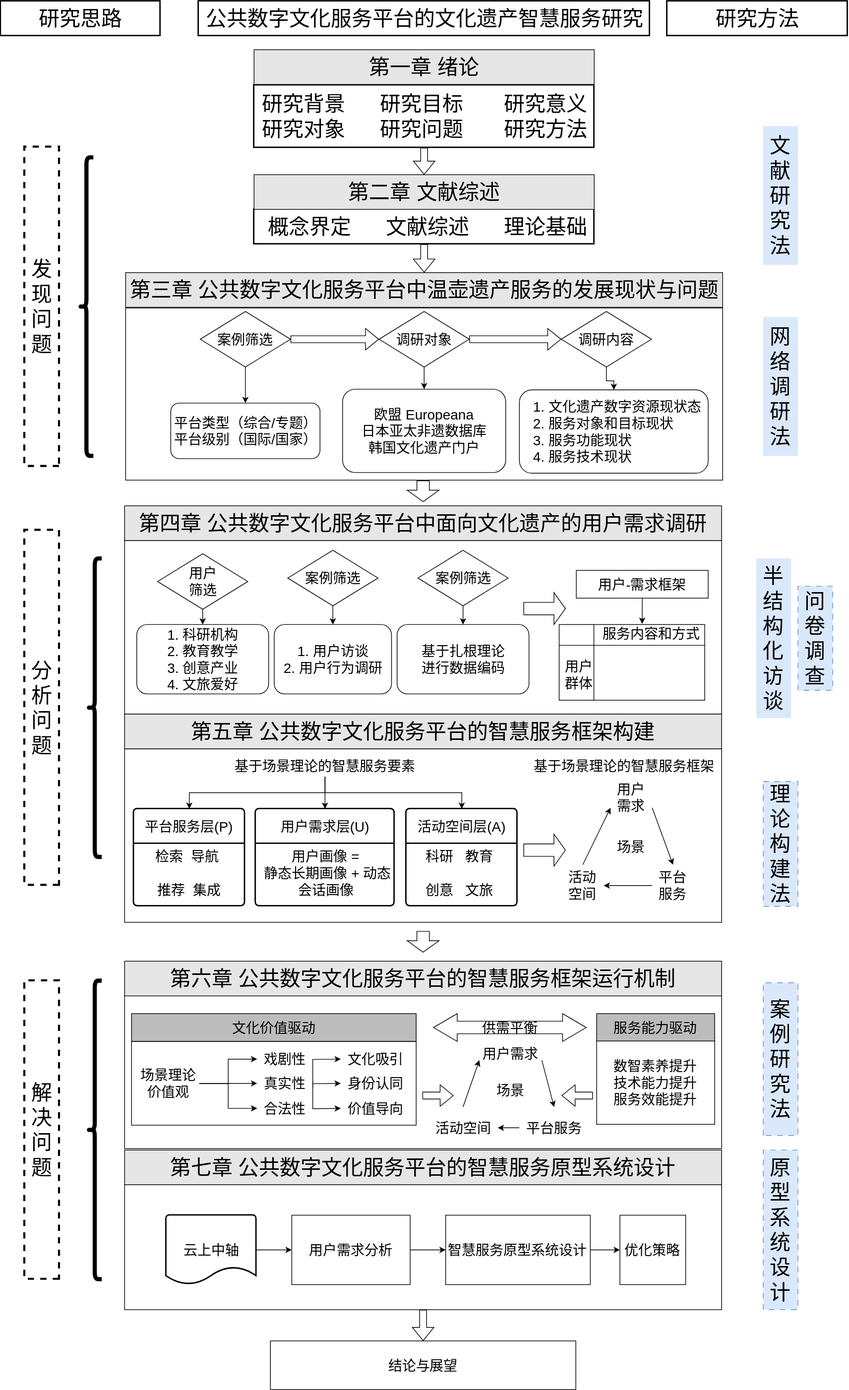
The draw.io diagram 开题结构图.drawio.svg in Utah-wu/draw.io, before a commit. Source tidied: cells renumbered, new cells last; positions are measured from the earlier drawing's top-left corner, leaving out a move shared by most shapes.
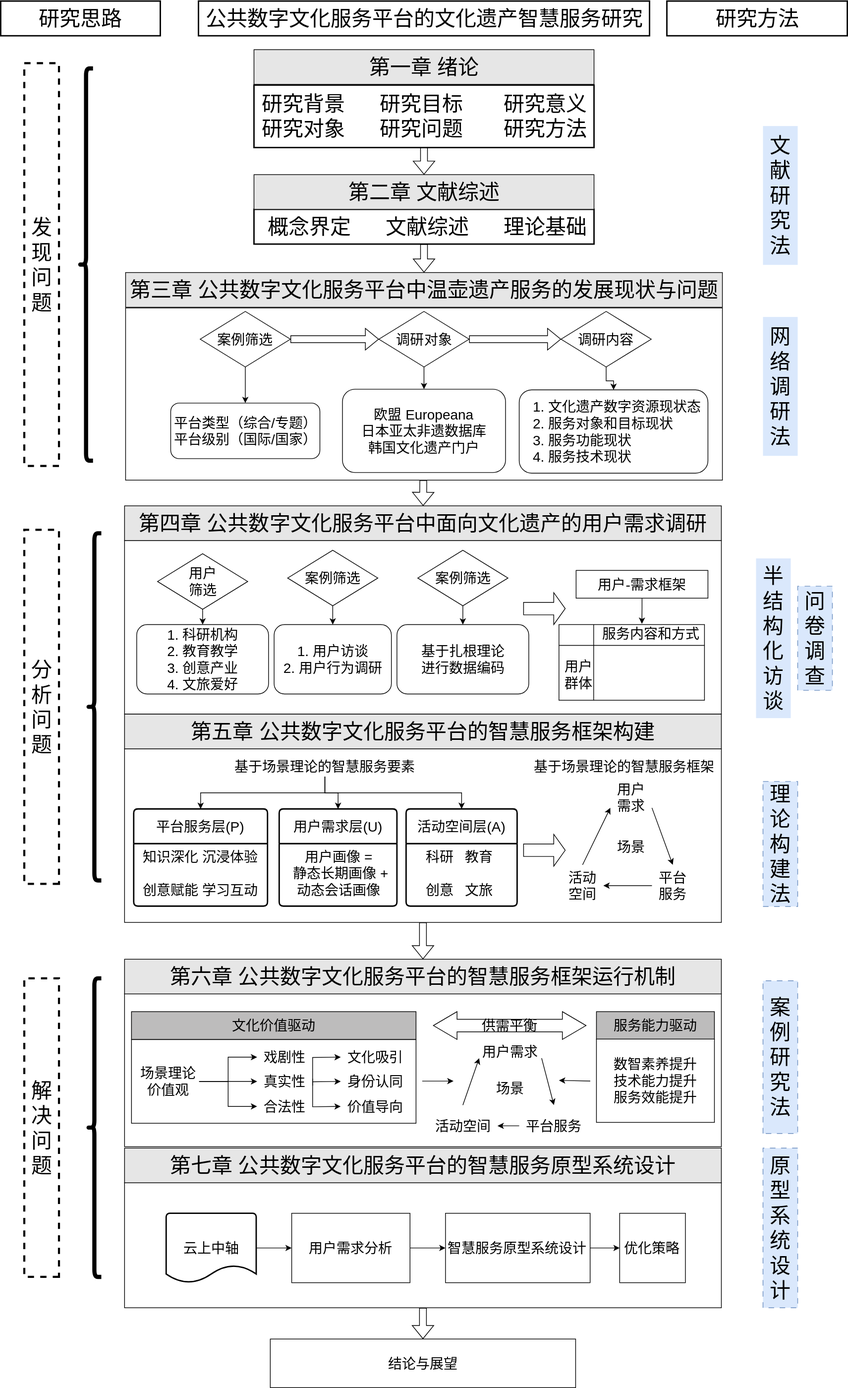
Later version of the same file.

Commit message:
更新开题结构图.drawio.svg

Diff of the diagram source:
```diff
@@ -5,4 +5,7 @@
     <mxCell id="2" style="rounded=0;whiteSpace=wrap;html=1;" parent="1" vertex="1">
-      <mxGeometry x="178" y="1432.8" width="860" height="220.2" as="geometry" />
+      <mxGeometry x="178" y="1429.8" width="860" height="220.2" as="geometry" />
     </mxCell>
+    <mxCell id="120" style="edgeStyle=none;curved=1;rounded=0;jettySize=auto;html=1;fontSize=12;entryX=0.5;entryY=0;entryDx=0;entryDy=0;shape=flexArrow;" parent="1" edge="1" source="3" target="88">
+      <mxGeometry relative="1" as="geometry" />
+    </mxCell>
     <mxCell id="3" style="rounded=0;whiteSpace=wrap;html=1;" parent="1" vertex="1">
@@ -16,2 +19,5 @@
     </mxCell>
+    <mxCell id="121" style="edgeStyle=none;curved=1;rounded=0;jettySize=auto;html=1;fontSize=12;shape=flexArrow;" parent="1" edge="1" source="6" target="101">
+      <mxGeometry relative="1" as="geometry" />
+    </mxCell>
     <mxCell id="6" style="rounded=0;whiteSpace=wrap;html=1;" parent="1" vertex="1">
@@ -29,9 +35,9 @@
     <mxCell id="10" value="发现问题" style="rounded=0;whiteSpace=wrap;html=1;labelBorderColor=none;fontSize=30;labelPosition=center;verticalLabelPosition=middle;align=center;verticalAlign=middle;horizontal=1;spacing=2;spacingBottom=0;direction=west;flipV=0;dashed=1;strokeWidth=3;" parent="1" vertex="1">
-      <mxGeometry x="34" y="210" width="50" height="460" as="geometry" />
+      <mxGeometry x="34" y="90" width="50" height="580" as="geometry" />
     </mxCell>
     <mxCell id="11" value="解决问题" style="rounded=0;whiteSpace=wrap;html=1;labelBorderColor=none;fontSize=30;labelPosition=center;verticalLabelPosition=middle;align=center;verticalAlign=middle;horizontal=1;spacing=2;spacingBottom=0;direction=west;flipV=0;dashed=1;strokeWidth=3;" parent="1" vertex="1">
-      <mxGeometry x="34" y="1411" width="50" height="430" as="geometry" />
+      <mxGeometry x="34" y="1408" width="50" height="430" as="geometry" />
     </mxCell>
     <mxCell id="12" value="分析问题" style="rounded=0;whiteSpace=wrap;html=1;labelBorderColor=none;fontSize=30;labelPosition=center;verticalLabelPosition=middle;align=center;verticalAlign=middle;horizontal=1;spacing=2;spacingBottom=0;direction=west;flipV=0;dashed=1;strokeWidth=3;" parent="1" vertex="1">
-      <mxGeometry x="34" y="762" width="50" height="511.5" as="geometry" />
+      <mxGeometry x="34" y="762" width="50" height="510" as="geometry" />
     </mxCell>
@@ -50,3 +56,3 @@
     <mxCell id="17" value="案例研究法" style="rounded=0;whiteSpace=wrap;html=1;labelBorderColor=none;fontSize=30;labelPosition=center;verticalLabelPosition=middle;align=center;verticalAlign=middle;horizontal=1;spacing=2;spacingBottom=0;direction=north;flipV=0;dashed=1;dashPattern=8 8;strokeColor=#6c8ebf;fillColor=#dae8fc;" parent="1" vertex="1">
-      <mxGeometry x="1098" y="1414" width="50" height="220" as="geometry" />
+      <mxGeometry x="1098" y="1411" width="50" height="220" as="geometry" />
     </mxCell>
@@ -56,3 +62,3 @@
     <mxCell id="19" value="原型系统设计" style="rounded=0;whiteSpace=wrap;html=1;labelBorderColor=none;fontSize=30;labelPosition=center;verticalLabelPosition=middle;align=center;verticalAlign=middle;horizontal=1;spacing=2;spacingBottom=0;direction=north;flipV=0;dashed=1;dashPattern=8 8;strokeColor=#6c8ebf;fillColor=#dae8fc;" parent="1" vertex="1">
-      <mxGeometry x="1098" y="1655" width="50" height="230" as="geometry" />
+      <mxGeometry x="1098" y="1652" width="50" height="230" as="geometry" />
     </mxCell>
@@ -142,12 +148,12 @@
     <mxCell id="46" value="平台服务层(P)" style="swimlane;horizontal=1;startSize=50;rounded=1;fontSize=20;fontStyle=0;strokeWidth=2;shadow=0;dashed=0;align=center;arcSize=4;whiteSpace=wrap;html=1;" parent="1" vertex="1">
-      <mxGeometry x="191.2" y="1163.5" width="160" height="140" as="geometry" />
+      <mxGeometry x="191.2" y="1163.5" width="192.8" height="140" as="geometry" />
     </mxCell>
-    <mxCell id="47" value="&lt;div style=&quot;&quot;&gt;&lt;span style=&quot;font-size: 20px; background-color: transparent; color: light-dark(rgb(0, 0, 0), rgb(255, 255, 255));&quot;&gt;检索&amp;nbsp; 导航&amp;nbsp;&lt;/span&gt;&lt;/div&gt;&lt;div style=&quot;&quot;&gt;&lt;span style=&quot;font-size: 20px; background-color: transparent; color: light-dark(rgb(0, 0, 0), rgb(255, 255, 255));&quot;&gt;&lt;br&gt;&lt;/span&gt;&lt;/div&gt;&lt;div style=&quot;&quot;&gt;&lt;font style=&quot;font-size: 20px;&quot;&gt;推荐&amp;nbsp; 集成&lt;/font&gt;&lt;/div&gt;" style="align=center;strokeColor=none;fillColor=none;spacingLeft=4;spacingRight=4;fontSize=12;verticalAlign=top;html=1;whiteSpace=wrap;" parent="46" vertex="1">
-      <mxGeometry y="50" width="160" height="90" as="geometry" />
+    <mxCell id="47" value="&lt;div style=&quot;&quot;&gt;&lt;span style=&quot;font-size: 20px;&quot;&gt;知识深化 沉浸体验&lt;/span&gt;&lt;/div&gt;&lt;div style=&quot;&quot;&gt;&lt;span style=&quot;font-size: 20px;&quot;&gt;&lt;br&gt;&lt;/span&gt;&lt;/div&gt;&lt;div style=&quot;&quot;&gt;&lt;span style=&quot;font-size: 20px;&quot;&gt;创意赋能 学习互动&lt;/span&gt;&lt;/div&gt;" style="align=center;strokeColor=none;fillColor=none;spacingLeft=4;spacingRight=4;fontSize=12;verticalAlign=top;html=1;whiteSpace=wrap;" parent="46" vertex="1">
+      <mxGeometry y="50" width="192.8" height="90" as="geometry" />
     </mxCell>
     <mxCell id="48" value="用户需求层(U)" style="swimlane;horizontal=1;startSize=50;rounded=1;fontSize=20;fontStyle=0;strokeWidth=2;shadow=0;dashed=0;align=center;arcSize=4;whiteSpace=wrap;html=1;" parent="1" vertex="1">
-      <mxGeometry x="366.7" y="1163.5" width="200" height="140" as="geometry" />
+      <mxGeometry x="400.8" y="1163.5" width="169.7" height="140" as="geometry" />
     </mxCell>
     <mxCell id="49" value="&lt;div style=&quot;text-align: center;&quot;&gt;&lt;span style=&quot;font-size: 20px; background-color: transparent; color: light-dark(rgb(0, 0, 0), rgb(255, 255, 255));&quot;&gt;用户画像 =&lt;/span&gt;&lt;/div&gt;&lt;div style=&quot;text-align: center;&quot;&gt;&lt;span style=&quot;background-color: transparent; color: light-dark(rgb(0, 0, 0), rgb(255, 255, 255)); font-size: 20px;&quot;&gt;&amp;nbsp;静态长期画像 + 动态会话画像&lt;/span&gt;&lt;/div&gt;&lt;div style=&quot;text-align: center;&quot;&gt;&lt;span style=&quot;font-size: 20px;&quot;&gt;&lt;br&gt;&lt;/span&gt;&lt;/div&gt;" style="align=left;strokeColor=none;fillColor=none;spacingLeft=4;spacingRight=4;fontSize=12;verticalAlign=top;html=1;whiteSpace=wrap;" parent="48" vertex="1">
-      <mxGeometry y="50" width="200" height="90" as="geometry" />
+      <mxGeometry y="50" width="169.7" height="90" as="geometry" />
     </mxCell>
@@ -160,3 +166,3 @@
     <mxCell id="52" value="&lt;div&gt;&lt;br&gt;&lt;/div&gt;" style="rounded=0;whiteSpace=wrap;html=1;fontSize=20;glass=0;" parent="1" vertex="1">
-      <mxGeometry x="188" y="1498.8" width="410" height="120.5" as="geometry" />
+      <mxGeometry x="188" y="1495.8" width="410" height="120.5" as="geometry" />
     </mxCell>
@@ -175,14 +181,14 @@
     <mxCell id="57" value="戏剧性" style="text;html=1;whiteSpace=wrap;strokeColor=none;fillColor=none;align=center;verticalAlign=middle;rounded=0;fontSize=20;" parent="1" vertex="1">
-      <mxGeometry x="369" y="1504" width="80" height="40" as="geometry" />
+      <mxGeometry x="369" y="1501" width="80" height="40" as="geometry" />
     </mxCell>
     <mxCell id="58" value="合法性" style="text;html=1;whiteSpace=wrap;strokeColor=none;fillColor=none;align=center;verticalAlign=middle;rounded=0;fontSize=20;" parent="1" vertex="1">
-      <mxGeometry x="369" y="1575" width="80" height="40" as="geometry" />
+      <mxGeometry x="369" y="1572" width="80" height="40" as="geometry" />
     </mxCell>
     <mxCell id="59" value="真实性" style="text;html=1;whiteSpace=wrap;strokeColor=none;fillColor=none;align=center;verticalAlign=middle;rounded=0;fontSize=20;" parent="1" vertex="1">
-      <mxGeometry x="369" y="1539" width="80" height="40" as="geometry" />
+      <mxGeometry x="369" y="1536" width="80" height="40" as="geometry" />
     </mxCell>
-    <mxCell id="60" style="edgeStyle=segmentEdgeStyle;endArrow=classic;html=1;curved=0;rounded=1;shape=flexArrow;" parent="1" edge="1">
+    <mxCell id="60" style="edgeStyle=segmentEdgeStyle;endArrow=classic;html=1;curved=0;rounded=1;" parent="1" edge="1">
       <mxGeometry relative="1" as="geometry">
-        <mxPoint x="606.9" y="1576.5" as="sourcePoint" />
-        <mxPoint x="652" y="1577.5" as="targetPoint" />
+        <mxPoint x="606.9" y="1555.5" as="sourcePoint" />
+        <mxPoint x="652" y="1556.5" as="targetPoint" />
       </mxGeometry>
@@ -190,9 +196,9 @@
     <mxCell id="61" value="文化吸引" style="text;html=1;whiteSpace=wrap;strokeColor=none;fillColor=none;align=center;verticalAlign=middle;rounded=0;fontSize=20;" parent="1" vertex="1">
-      <mxGeometry x="489.5" y="1504" width="100" height="40" as="geometry" />
+      <mxGeometry x="489.5" y="1501" width="100" height="40" as="geometry" />
     </mxCell>
     <mxCell id="62" value="价值导向" style="text;html=1;whiteSpace=wrap;strokeColor=none;fillColor=none;align=center;verticalAlign=middle;rounded=0;fontSize=20;" parent="1" vertex="1">
-      <mxGeometry x="489.5" y="1575" width="100" height="40" as="geometry" />
+      <mxGeometry x="489.5" y="1572" width="100" height="40" as="geometry" />
     </mxCell>
     <mxCell id="63" value="身份认同" style="text;html=1;whiteSpace=wrap;strokeColor=none;fillColor=none;align=center;verticalAlign=middle;rounded=0;fontSize=20;" parent="1" vertex="1">
-      <mxGeometry x="489.5" y="1539" width="100" height="40" as="geometry" />
+      <mxGeometry x="489.5" y="1536" width="100" height="40" as="geometry" />
     </mxCell>
@@ -200,5 +206,5 @@
       <mxGeometry relative="1" as="geometry">
-        <mxPoint x="449" y="1565" as="sourcePoint" />
+        <mxPoint x="449" y="1562" as="sourcePoint" />
         <Array as="points">
-          <mxPoint x="449" y="1524.5" />
+          <mxPoint x="449" y="1521.5" />
         </Array>
@@ -208,3 +214,3 @@
       <mxGeometry relative="1" as="geometry">
-        <mxPoint x="449" y="1559.5" as="sourcePoint" />
+        <mxPoint x="449" y="1556.5" as="sourcePoint" />
       </mxGeometry>
@@ -213,5 +219,5 @@
       <mxGeometry relative="1" as="geometry">
-        <mxPoint x="449" y="1555" as="sourcePoint" />
+        <mxPoint x="449" y="1552" as="sourcePoint" />
         <Array as="points">
-          <mxPoint x="449" y="1595.5" />
+          <mxPoint x="449" y="1592.5" />
         </Array>
@@ -231,5 +237,2 @@
     </mxCell>
-    <mxCell id="71" style="html=1;shadow=0;dashed=0;align=center;verticalAlign=middle;shape=mxgraph.arrows2.arrow;dy=0.61;dx=16.5;notch=0;rotation=90;" parent="1" vertex="1">
-      <mxGeometry x="593" y="683" width="30" height="46" as="geometry" />
-    </mxCell>
     <mxCell id="72" style="html=1;shadow=0;dashed=0;align=center;verticalAlign=middle;shape=mxgraph.arrows2.arrow;dy=0.61;dx=16.5;notch=0;" parent="1" vertex="1">
@@ -262,3 +265,3 @@
     <mxCell id="81" value="场景理论价值观" style="text;html=1;whiteSpace=wrap;strokeColor=none;fillColor=none;align=center;verticalAlign=middle;rounded=0;fontSize=20;" parent="1" vertex="1">
-      <mxGeometry x="195.5" y="1539" width="90" height="40" as="geometry" />
+      <mxGeometry x="195.5" y="1536" width="90" height="40" as="geometry" />
     </mxCell>
@@ -271,13 +274,13 @@
     <mxCell id="84" value="文化价值驱动" style="rounded=0;whiteSpace=wrap;html=1;fontSize=20;fillColor=light-dark(#bdbcbc, #ededed);" parent="1" vertex="1">
-      <mxGeometry x="188" y="1458.5" width="410" height="40" as="geometry" />
+      <mxGeometry x="188" y="1455.5" width="410" height="40" as="geometry" />
     </mxCell>
     <mxCell id="85" value="服务能力驱动" style="rounded=0;whiteSpace=wrap;html=1;fontSize=20;fillColor=light-dark(#bdbcbc, #ededed);" parent="1" vertex="1">
-      <mxGeometry x="858" y="1458.5" width="170" height="40" as="geometry" />
+      <mxGeometry x="858" y="1455.5" width="170" height="40" as="geometry" />
     </mxCell>
-    <mxCell id="86" style="edgeStyle=segmentEdgeStyle;endArrow=classic;html=1;curved=0;rounded=1;shape=flexArrow;" parent="1" edge="1">
+    <mxCell id="86" style="edgeStyle=segmentEdgeStyle;endArrow=classic;html=1;curved=0;rounded=1;" parent="1" edge="1">
       <mxGeometry relative="1" as="geometry">
-        <mxPoint x="852.6" y="1576.5" as="sourcePoint" />
-        <mxPoint x="807.5" y="1575.5" as="targetPoint" />
+        <mxPoint x="849.1" y="1555.5" as="sourcePoint" />
+        <mxPoint x="804" y="1554.5" as="targetPoint" />
         <Array as="points">
-          <mxPoint x="852.5" y="1575.5" />
+          <mxPoint x="849" y="1554.5" />
         </Array>
@@ -286,9 +289,9 @@
     <mxCell id="87" value="数智素养提升&lt;div&gt;技术能力提升&lt;/div&gt;&lt;div&gt;服务效能提升&lt;/div&gt;" style="rounded=0;whiteSpace=wrap;html=1;fontSize=20;" parent="1" vertex="1">
-      <mxGeometry x="858" y="1498" width="170" height="120" as="geometry" />
+      <mxGeometry x="858" y="1495" width="170" height="120" as="geometry" />
     </mxCell>
     <mxCell id="88" value="&lt;span style=&quot;font-size: 30px;&quot;&gt;第六章&amp;nbsp;&lt;/span&gt;&lt;span style=&quot;font-size: 30px; text-wrap: nowrap;&quot;&gt;公共数字文化服务平台的智慧&lt;/span&gt;&lt;span style=&quot;font-size: 30px;&quot;&gt;服务框架运行机制&lt;/span&gt;" style="rounded=0;whiteSpace=wrap;html=1;fillColor=#E6E6E6;" parent="1" vertex="1">
-      <mxGeometry x="178" y="1383" width="860" height="50" as="geometry" />
+      <mxGeometry x="178" y="1380" width="860" height="50" as="geometry" />
     </mxCell>
     <mxCell id="89" value="供需平衡" style="html=1;shadow=0;dashed=0;align=center;verticalAlign=middle;shape=mxgraph.arrows2.twoWayArrow;dy=0.55;dx=34.11;fontSize=20;" parent="1" vertex="1">
-      <mxGeometry x="623" y="1458.5" width="220" height="40" as="geometry" />
+      <mxGeometry x="623" y="1455.5" width="220" height="40" as="geometry" />
     </mxCell>
@@ -298,6 +301,6 @@
     <mxCell id="91" style="rounded=0;whiteSpace=wrap;html=1;" parent="1" vertex="1">
-      <mxGeometry x="178" y="1704.8" width="860" height="180.2" as="geometry" />
+      <mxGeometry x="178" y="1701.8" width="860" height="180.2" as="geometry" />
     </mxCell>
     <mxCell id="92" value="&lt;span style=&quot;font-size: 30px;&quot;&gt;第七章&amp;nbsp;&lt;/span&gt;&lt;span style=&quot;font-size: 30px; text-wrap: nowrap;&quot;&gt;公共数字文化服务平台的智慧&lt;/span&gt;&lt;span style=&quot;font-size: 30px;&quot;&gt;服务原型系统设计&lt;/span&gt;" style="rounded=0;whiteSpace=wrap;html=1;fillColor=#E6E6E6;" parent="1" vertex="1">
-      <mxGeometry x="178" y="1655" width="860" height="50" as="geometry" />
+      <mxGeometry x="178" y="1652" width="860" height="50" as="geometry" />
     </mxCell>
@@ -307,3 +310,3 @@
     <mxCell id="94" value="云上中轴" style="strokeWidth=2;html=1;shape=mxgraph.flowchart.document2;whiteSpace=wrap;size=0.25;fontSize=20;" parent="1" vertex="1">
-      <mxGeometry x="237.9" y="1748.9" width="129.8" height="100" as="geometry" />
+      <mxGeometry x="237.9" y="1745.9" width="129.8" height="100" as="geometry" />
     </mxCell>
@@ -313,3 +316,3 @@
     <mxCell id="96" value="用户需求分析" style="rounded=0;whiteSpace=wrap;html=1;fontSize=20;" parent="1" vertex="1">
-      <mxGeometry x="418.9" y="1748.9" width="170.5" height="100" as="geometry" />
+      <mxGeometry x="418.9" y="1745.9" width="170.5" height="100" as="geometry" />
     </mxCell>
@@ -319,6 +322,6 @@
     <mxCell id="98" value="智慧服务原型系统设计" style="rounded=0;whiteSpace=wrap;html=1;fontSize=20;" parent="1" vertex="1">
-      <mxGeometry x="640.5" y="1748.9" width="208.4" height="100" as="geometry" />
+      <mxGeometry x="640.5" y="1745.9" width="208.4" height="100" as="geometry" />
     </mxCell>
     <mxCell id="99" value="优化策略" style="rounded=0;whiteSpace=wrap;html=1;fontSize=20;" parent="1" vertex="1">
-      <mxGeometry x="891.5" y="1748.9" width="94.7" height="100" as="geometry" />
+      <mxGeometry x="891.5" y="1745.9" width="94.7" height="100" as="geometry" />
     </mxCell>
@@ -334,13 +337,10 @@
     <mxCell id="103" style="shape=curlyBracket;whiteSpace=wrap;html=1;rounded=1;labelPosition=left;verticalLabelPosition=middle;align=right;verticalAlign=middle;strokeWidth=6;" parent="1" vertex="1">
-      <mxGeometry x="125" y="1411" width="20" height="430" as="geometry" />
+      <mxGeometry x="125" y="1408" width="20" height="430" as="geometry" />
     </mxCell>
     <mxCell id="104" style="shape=curlyBracket;whiteSpace=wrap;html=1;rounded=1;labelPosition=left;verticalLabelPosition=middle;align=right;verticalAlign=middle;strokeWidth=6;" parent="1" vertex="1">
-      <mxGeometry x="125" y="802.8" width="20" height="430" as="geometry" />
+      <mxGeometry x="125" y="767" width="20" height="500" as="geometry" />
     </mxCell>
     <mxCell id="105" style="shape=curlyBracket;whiteSpace=wrap;html=1;rounded=1;labelPosition=left;verticalLabelPosition=middle;align=right;verticalAlign=middle;strokeWidth=6;" parent="1" vertex="1">
-      <mxGeometry x="113" y="225" width="20" height="430" as="geometry" />
+      <mxGeometry x="113" y="97.5" width="20" height="565" as="geometry" />
     </mxCell>
-    <mxCell id="106" style="html=1;shadow=0;dashed=0;align=center;verticalAlign=middle;shape=mxgraph.arrows2.arrow;dy=0.61;dx=16.5;notch=0;rotation=90;" parent="1" vertex="1">
-      <mxGeometry x="593" y="1332" width="30" height="46" as="geometry" />
-    </mxCell>
     <mxCell id="107" value="基于场景理论的智慧服务框架" style="text;html=1;whiteSpace=wrap;strokeColor=none;fillColor=none;align=center;verticalAlign=middle;rounded=0;fontSize=20;" parent="1" vertex="1">
@@ -361,15 +361,15 @@
     <mxCell id="112" value="&lt;font style=&quot;font-size: 20px;&quot;&gt;结论与展望&lt;/font&gt;" style="rounded=0;whiteSpace=wrap;html=1;" parent="1" vertex="1">
-      <mxGeometry x="388" y="1930" width="440" height="70" as="geometry" />
+      <mxGeometry x="388" y="1927" width="440" height="70" as="geometry" />
     </mxCell>
     <mxCell id="113" value="用户&lt;span style=&quot;background-color: transparent; color: light-dark(rgb(0, 0, 0), rgb(255, 255, 255));&quot;&gt;需求&lt;/span&gt;" style="text;html=1;whiteSpace=wrap;strokeColor=none;fillColor=none;align=center;verticalAlign=middle;rounded=0;fontSize=20;" parent="1" vertex="1">
-      <mxGeometry x="689" y="1497" width="90" height="38" as="geometry" />
+      <mxGeometry x="689" y="1494" width="90" height="38" as="geometry" />
     </mxCell>
     <mxCell id="114" value="平台&lt;span style=&quot;background-color: transparent; color: light-dark(rgb(0, 0, 0), rgb(255, 255, 255));&quot;&gt;服务&lt;/span&gt;" style="text;html=1;whiteSpace=wrap;strokeColor=none;fillColor=none;align=center;verticalAlign=middle;rounded=0;fontSize=20;" parent="1" vertex="1">
-      <mxGeometry x="746.7" y="1593" width="100" height="60" as="geometry" />
+      <mxGeometry x="746.7" y="1590" width="100" height="60" as="geometry" />
     </mxCell>
     <mxCell id="115" value="活动&lt;span style=&quot;background-color: transparent; color: light-dark(rgb(0, 0, 0), rgb(255, 255, 255));&quot;&gt;空间&lt;/span&gt;" style="text;html=1;whiteSpace=wrap;strokeColor=none;fillColor=none;align=center;verticalAlign=middle;rounded=0;fontSize=20;" parent="1" vertex="1">
-      <mxGeometry x="615.5" y="1593" width="100" height="60" as="geometry" />
+      <mxGeometry x="615.5" y="1590" width="100" height="60" as="geometry" />
     </mxCell>
     <mxCell id="116" value="场景" style="text;html=1;whiteSpace=wrap;strokeColor=none;fillColor=none;align=center;verticalAlign=middle;rounded=0;fontSize=20;" parent="1" vertex="1">
-      <mxGeometry x="704" y="1539" width="60" height="60" as="geometry" />
+      <mxGeometry x="704" y="1536" width="60" height="60" as="geometry" />
     </mxCell>
```
